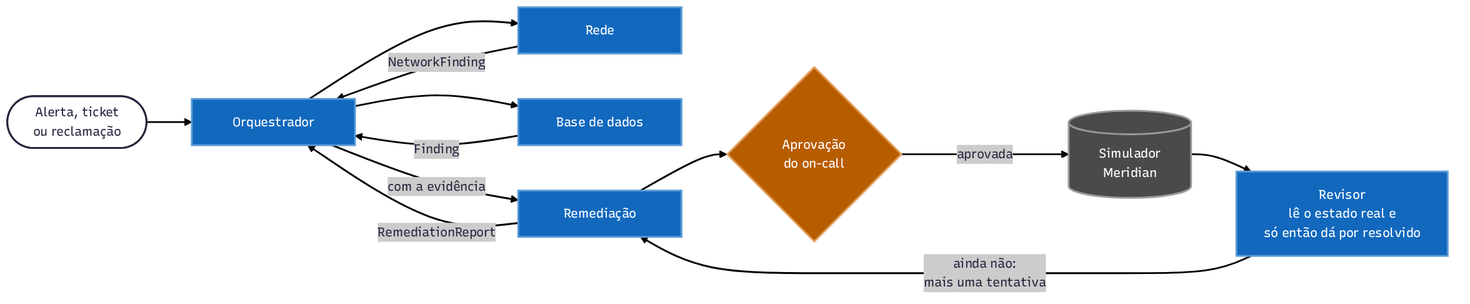
This is projects/course-02-agentic-ai/presentation/diagrams/flow.png from joaoptpsa/gen-ai-course, a Mermaid export, as it was before one commit. Its source is kept beside it as projects/course-02-agentic-ai/presentation/diagrams/flow.mmd.
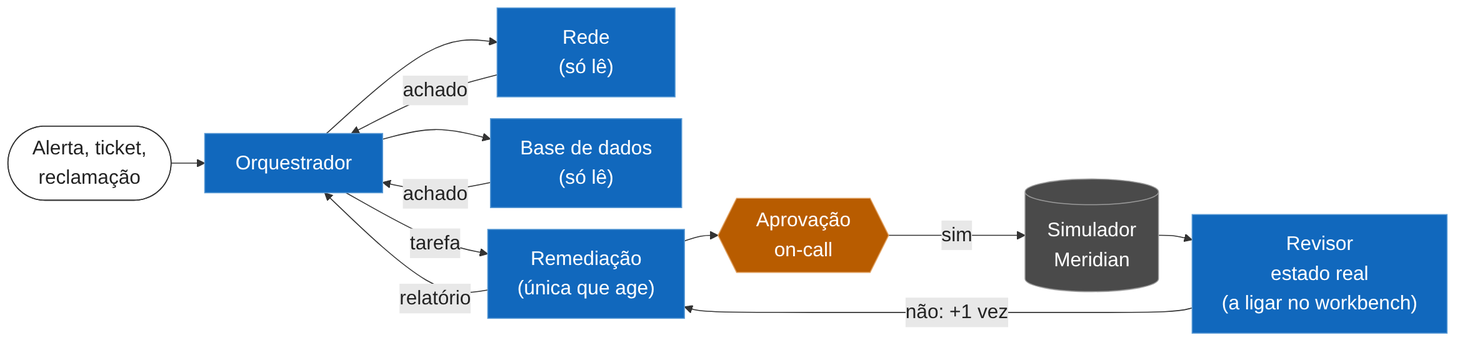
The same file after the commit.

Commit message:
docs: fix claims, timing and diagram readability in course 2 proposal

Diff of the diagram source:
```diff
@@ -2,34 +2,44 @@
 config:
   layout: dagre
   look: classic
+  theme: base
+  themeVariables:
+    fontSize: "20px"
+    lineColor: "#333333"
+    edgeLabelBackground: "#e8e8e8"
+    primaryTextColor: "#222222"
   flowchart:
-    wrappingWidth: 320
+    wrappingWidth: 240
+    nodeSpacing: 22
+    rankSpacing: 34
 ---
 flowchart LR
-  input(["Alerta, ticket<br/>ou reclamação"])
+  input(["Alerta, ticket,<br/>reclamação"])
   orchestrator["Orquestrador"]
-  network["Rede"]
-  database["Base de dados"]
-  remediation["Remediação"]
-  approval{"Aprovação<br/>do on-call"}
+  network["Rede<br/>(só lê)"]
+  database["Base de dados<br/>(só lê)"]
+  remediation["Remediação<br/>(única que age)"]
+  approval{{"Aprovação<br/>on-call"}}
   simulator[("Simulador<br/>Meridian")]
-  reviewer["Revisor<br/>lê o estado real e<br/>só então dá por resolvido"]
+  reviewer["Revisor<br/>estado real<br/>(a ligar no workbench)"]
 
   input --> orchestrator
   orchestrator --> network
   orchestrator --> database
-  network -->|"NetworkFinding"| orchestrator
-  database -->|"Finding"| orchestrator
-  orchestrator -->|"com a evidência"| remediation
+  network -->|"achado"| orchestrator
+  database -->|"achado"| orchestrator
+  orchestrator -->|"tarefa"| remediation
   remediation --> approval
-  approval -->|"aprovada"| simulator
-  remediation -->|"RemediationReport"| orchestrator
+  approval -->|"sim"| simulator
+  remediation -->|"relatório"| orchestrator
   simulator --> reviewer
-  reviewer -->|"ainda não:<br/>mais uma tentativa"| remediation
+  reviewer -->|"não: +1 vez"| remediation
 
+  classDef inputNode fill:#ffffff,stroke:#333333,color:#222222
   classDef agent fill:#1168bd,stroke:#5b9bd5,color:#ffffff
   classDef gate fill:#b85c00,stroke:#e0a060,color:#ffffff
   classDef store fill:#4a4a4a,stroke:#9a9a9a,color:#ffffff
+  class input inputNode
   class orchestrator,network,database,remediation,reviewer agent
   class approval gate
   class simulator store
```
